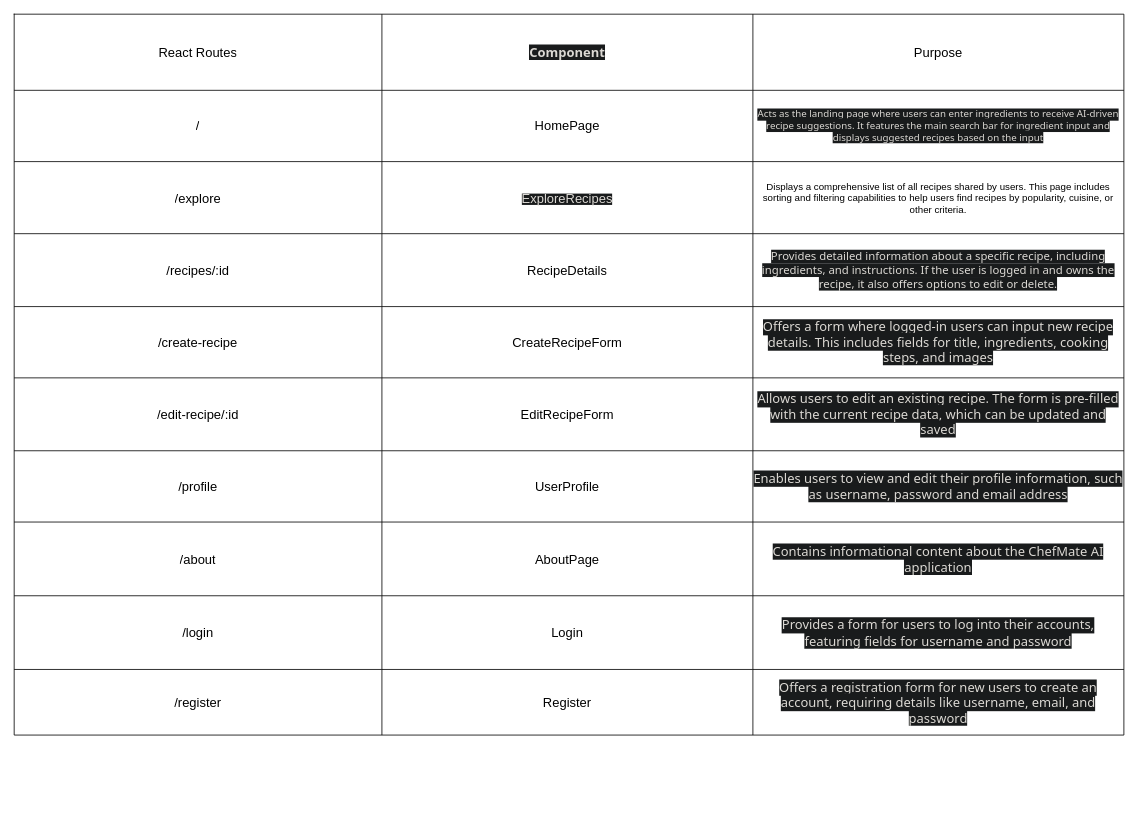
Before: planning/react-routes.drawio in christopherthai/chefmate-ai, a draw.io diagram. Source tidied: cells renumbered, new cells numbered last; positions are measured from the earlier drawing's top-left corner, leaving out a move shared by most shapes. Both pictures are drawn from the tidied source at 81%, with x=0, y=0 at pixel (14, 14).
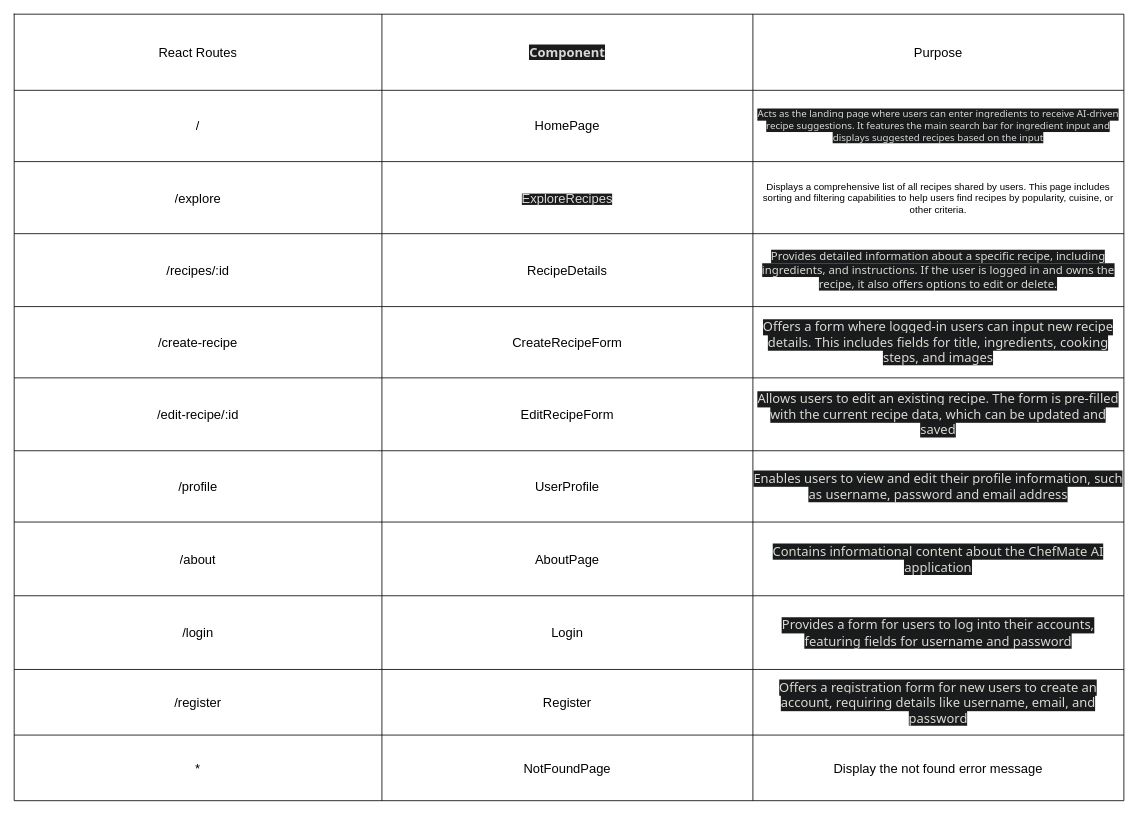
Above is the later version.

What changed in the source:
```diff
@@
     <mxCell id="2" style="shape=table;html=1;whiteSpace=wrap;startSize=0;childLayout=tableLayout;" parent="1" vertex="1">
-      <mxGeometry width="1370" height="890" as="geometry" />
+      <mxGeometry width="1370" height="971" as="geometry" />
     </mxCell>
@@
+    <mxCell id="43" style="shape=tableRow;horizontal=0;startSize=0;swimlaneHead=0;swimlaneBody=0;top=0;left=0;bottom=0;right=0;fillColor=none;" parent="2" vertex="1">
+      <mxGeometry y="890" width="1370" height="81" as="geometry" />
+    </mxCell>
+    <mxCell id="44" value="&lt;font style=&quot;font-size: 16px;&quot;&gt;*&lt;/font&gt;" style="shape=partialRectangle;html=1;whiteSpace=wrap;fillColor=none;top=0;left=0;bottom=0;right=0;overflow=hidden;" parent="43" vertex="1">
+      <mxGeometry width="454" height="81" as="geometry" />
+    </mxCell>
+    <mxCell id="45" value="&lt;font style=&quot;font-size: 16px;&quot;&gt;NotFoundPage&lt;/font&gt;" style="shape=partialRectangle;html=1;whiteSpace=wrap;fillColor=none;top=0;left=0;bottom=0;right=0;overflow=hidden;" parent="43" vertex="1">
+      <mxGeometry x="454" width="458" height="81" as="geometry" />
+    </mxCell>
+    <mxCell id="46" value="&lt;font style=&quot;font-size: 16px;&quot;&gt;Display the not found error message&lt;/font&gt;" style="shape=partialRectangle;html=1;whiteSpace=wrap;fillColor=none;top=0;left=0;bottom=0;right=0;overflow=hidden;" parent="43" vertex="1">
+      <mxGeometry x="912" width="458" height="81" as="geometry" />
+    </mxCell>
```
